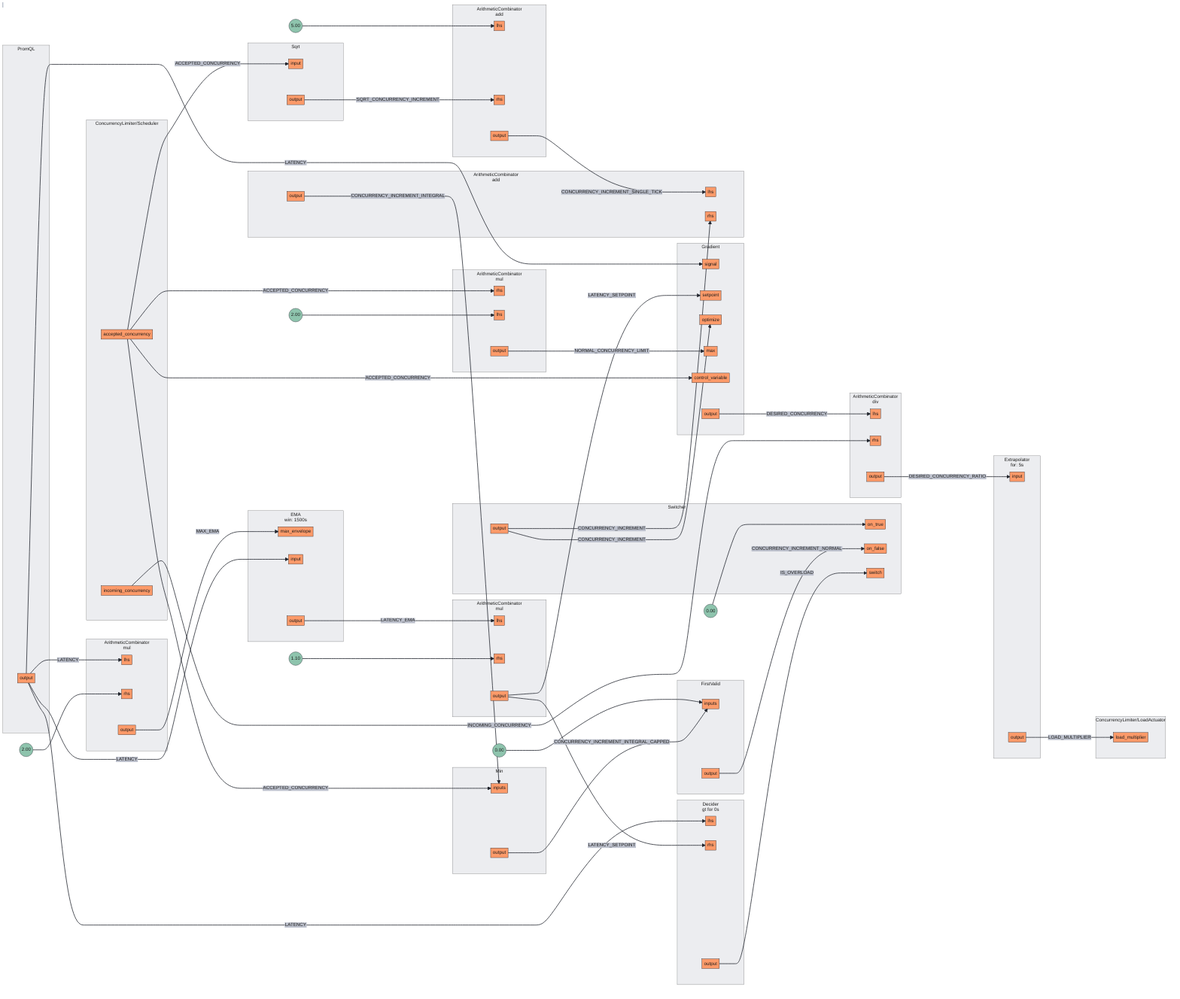
Above: docs/content/tutorials/flow-control/assets/workload-prioritization/workload-prioritization.mmd.png in dataongunlaws/aperture (Mermaid), before the change. Its source is kept beside it as docs/content/tutorials/flow-control/assets/workload-prioritization/workload-prioritization.mmd.
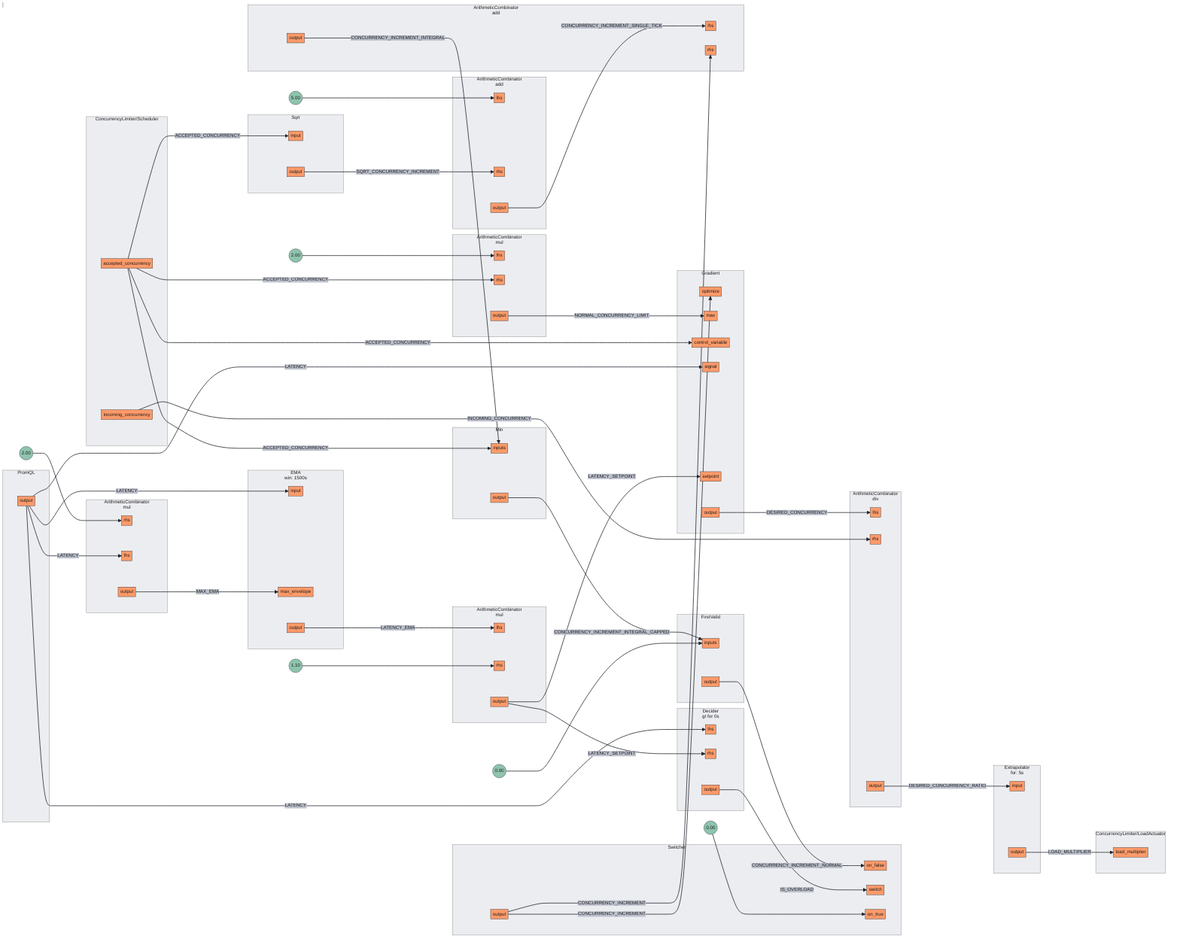
Above is the later version.

Change to the diagram source:
```diff
@@ -2,8 +2,8 @@
 subgraph 0[<center>ArithmeticCombinator<br/>mul</center>]
 subgraph 0_inports[ ]
 style 0_inports fill:none,stroke:none
+0rhs[rhs]
 0lhs[lhs]
-0rhs[rhs]
 end
 subgraph 0_outports[ ]
 style 0_outports fill:none,stroke:none
@@ -39,8 +39,8 @@
 subgraph 3[<center>ArithmeticCombinator<br/>mul</center>]
 subgraph 3_inports[ ]
 style 3_inports fill:none,stroke:none
+3lhs[lhs]
 3rhs[rhs]
-3lhs[lhs]
 end
 subgraph 3_outports[ ]
 style 3_outports fill:none,stroke:none
@@ -116,8 +116,8 @@
 subgraph 10[<center>EMA<br/>win: 1500s</center>]
 subgraph 10_inports[ ]
 style 10_inports fill:none,stroke:none
+10input[input]
 10max_envelope[max_envelope]
-10input[input]
 end
 subgraph 10_outports[ ]
 style 10_outports fill:none,stroke:none
@@ -127,11 +127,11 @@
 subgraph 11[Gradient]
 subgraph 11_inports[ ]
 style 11_inports fill:none,stroke:none
-11signal[signal]
-11setpoint[setpoint]
 11optimize[optimize]
 11max[max]
 11control_variable[control_variable]
+11signal[signal]
+11setpoint[setpoint]
 end
 subgraph 11_outports[ ]
 style 11_outports fill:none,stroke:none
@@ -164,9 +164,9 @@
 subgraph 15[Switcher]
 subgraph 15_inports[ ]
 style 15_inports fill:none,stroke:none
-15on_true[on_true]
 15on_false[on_false]
 15switch[switch]
+15on_true[on_true]
 end
 subgraph 15_outports[ ]
 style 15_outports fill:none,stroke:none
@@ -187,27 +187,27 @@
 end
 end
 7output --> |CONCURRENCY_INCREMENT_NORMAL| 15on_false
-10output --> |LATENCY_EMA| 1lhs
-11output --> |DESIRED_CONCURRENCY| 2lhs
 1output --> |LATENCY_SETPOINT| 11setpoint
 1output --> |LATENCY_SETPOINT| 14rhs
-3output --> |NORMAL_CONCURRENCY_LIMIT| 11max
 4output --> |CONCURRENCY_INCREMENT_SINGLE_TICK| 5lhs
-13.Schedulerincoming_concurrency --> |INCOMING_CONCURRENCY| 2rhs
+10output --> |LATENCY_EMA| 1lhs
+13.Scheduleraccepted_concurrency --> |ACCEPTED_CONCURRENCY| 3rhs
+13.Scheduleraccepted_concurrency --> |ACCEPTED_CONCURRENCY| 6inputs
+13.Scheduleraccepted_concurrency --> |ACCEPTED_CONCURRENCY| 8input
+13.Scheduleraccepted_concurrency --> |ACCEPTED_CONCURRENCY| 11control_variable
+2output --> |DESIRED_CONCURRENCY_RATIO| 12input
+6output --> |CONCURRENCY_INCREMENT_INTEGRAL_CAPPED| 7inputs
+5output --> |CONCURRENCY_INCREMENT_INTEGRAL| 6inputs
+8output --> |SQRT_CONCURRENCY_INCREMENT| 4rhs
+11output --> |DESIRED_CONCURRENCY| 2lhs
 15output --> |CONCURRENCY_INCREMENT| 5rhs
 15output --> |CONCURRENCY_INCREMENT| 11optimize
-5output --> |CONCURRENCY_INCREMENT_INTEGRAL| 6inputs
-6output --> |CONCURRENCY_INCREMENT_INTEGRAL_CAPPED| 7inputs
-12output --> |LOAD_MULTIPLIER| 13.LoadActuatorload_multiplier
+0output --> |MAX_EMA| 10max_envelope
+3output --> |NORMAL_CONCURRENCY_LIMIT| 11max
+13.Schedulerincoming_concurrency --> |INCOMING_CONCURRENCY| 2rhs
 14output --> |IS_OVERLOAD| 15switch
-2output --> |DESIRED_CONCURRENCY_RATIO| 12input
-8output --> |SQRT_CONCURRENCY_INCREMENT| 4rhs
 9output --> |LATENCY| 0lhs
 9output --> |LATENCY| 10input
 9output --> |LATENCY| 11signal
 9output --> |LATENCY| 14lhs
-0output --> |MAX_EMA| 10max_envelope
-13.Scheduleraccepted_concurrency --> |ACCEPTED_CONCURRENCY| 3rhs
-13.Scheduleraccepted_concurrency --> |ACCEPTED_CONCURRENCY| 6inputs
-13.Scheduleraccepted_concurrency --> |ACCEPTED_CONCURRENCY| 8input
-13.Scheduleraccepted_concurrency --> |ACCEPTED_CONCURRENCY| 11control_variable
+12output --> |LOAD_MULTIPLIER| 13.LoadActuatorload_multiplier
```
